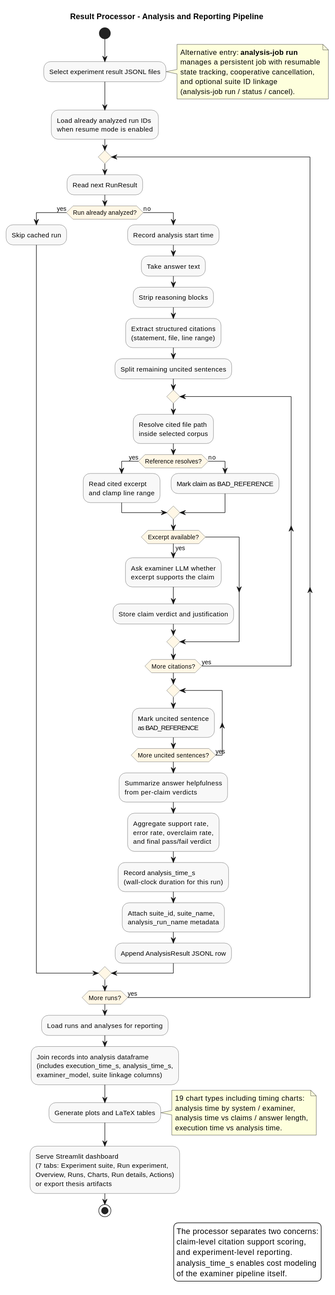
The PlantUML diagram docs/diagrams/generated/svg/result-processing-pipeline.svg in TomsBicans/agentic-context-engineering, before a commit. The source it was exported from:
```plantuml
@startuml
title Result Processor - Analysis and Reporting Pipeline

skinparam backgroundColor white
skinparam shadowing false
skinparam defaultFontName Arial
skinparam activity {
  BackgroundColor #F8F8F8
  BorderColor #555555
  DiamondBackgroundColor #FFF7E6
  DiamondBorderColor #555555
}

start

:Select experiment result JSONL files;

note right
  Alternative entry: **analysis-job run**
  manages a persistent job with resumable
  state tracking, cooperative cancellation,
  and optional suite ID linkage
  (analysis-job run / status / cancel).
end note

:Load already analyzed run IDs\nwhen resume mode is enabled;

repeat
  :Read next RunResult;

  if (Run already analyzed?) then (yes)
    :Skip cached run;
  else (no)
    :Record analysis start time;
    :Take answer text;
    :Strip reasoning blocks;
    :Extract structured citations\n(statement, file, line range);
    :Split remaining uncited sentences;

    repeat
      :Resolve cited file path\ninside selected corpus;
      if (Reference resolves?) then (yes)
        :Read cited excerpt\nand clamp line range;
      else (no)
        :Mark claim as BAD_REFERENCE;
      endif

      if (Excerpt available?) then (yes)
        :Ask examiner LLM whether\nexcerpt supports the claim;
        :Store claim verdict and justification;
      endif
    repeat while (More citations?) is (yes)

    repeat
      :Mark uncited sentence\nas BAD_REFERENCE;
    repeat while (More uncited sentences?) is (yes)

    :Summarize answer helpfulness\nfrom per-claim verdicts;
    :Aggregate support rate,\nerror rate, overclaim rate,\nand final pass/fail verdict;
    :Record analysis_time_s\n(wall-clock duration for this run);
    :Attach suite_id, suite_name,\nanalysis_run_name metadata;
    :Append AnalysisResult JSONL row;
  endif
repeat while (More runs?) is (yes)

:Load runs and analyses for reporting;
:Join records into analysis dataframe\n(includes execution_time_s, analysis_time_s,\nexaminer_model, suite linkage columns);
:Generate plots and LaTeX tables;

note right
  19 chart types including timing charts:
  analysis time by system / examiner,
  analysis time vs claims / answer length,
  execution time vs analysis time.
end note

:Serve Streamlit dashboard\n(7 tabs: Experiment suite, Run experiment,\nOverview, Runs, Charts, Run details, Actions)\nor export thesis artifacts;

stop

legend right
  The processor separates two concerns:
  claim-level citation support scoring,
  and experiment-level reporting.
  analysis_time_s enables cost modeling
  of the examiner pipeline itself.
endlegend
@enduml
```
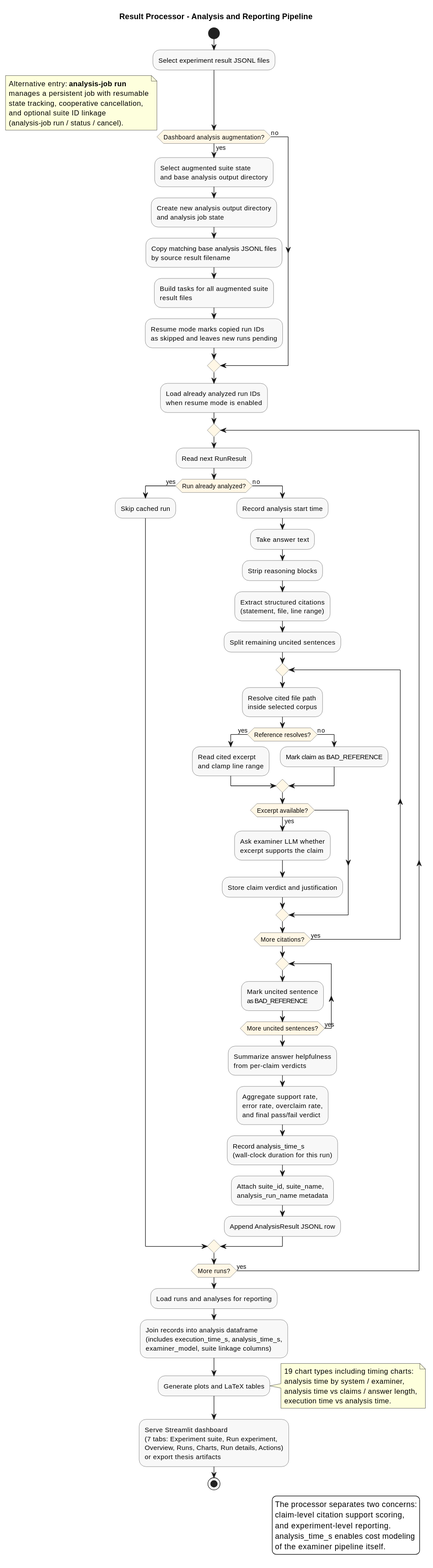
After the change.

Change to the diagram source:
```diff
@@ -14,6 +14,15 @@
 start
 
 :Select experiment result JSONL files;
+
+if (Dashboard analysis augmentation?) then (yes)
+  :Select augmented suite state\nand base analysis output directory;
+  :Create new analysis output directory\nand analysis job state;
+  :Copy matching base analysis JSONL files\nby source result filename;
+  :Build tasks for all augmented suite\nresult files;
+  :Resume mode marks copied run IDs\nas skipped and leaves new runs pending;
+else (no)
+endif
 
 note right
   Alternative entry: **analysis-job run**
```
